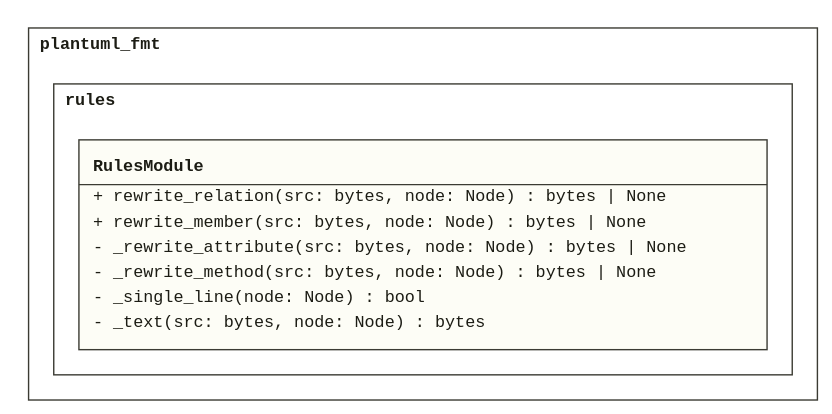
derivasoftware/plantuml-fmt keeps this PlantUML diagram as doc/assets/CL_Rules.svg. Above is the earlier version. Its source is kept beside it as design/lld/plantuml_fmt/CL_Rules.puml. Its diagram source:
```plantuml
@startuml CL_Rules

!startsub RulesModule

namespace plantuml_fmt.rules {
  class "<<module>>" as RulesModule {
    + rewrite_relation(src: bytes, node: Node) : bytes | None
    + rewrite_member(src: bytes, node: Node) : bytes | None
    - _rewrite_attribute(src: bytes, node: Node) : bytes | None
    - _rewrite_method(src: bytes, node: Node) : bytes | None
    - _single_line(node: Node) : bool
    - _text(src: bytes, node: Node) : bytes
  }
}

!endsub

@enduml
```
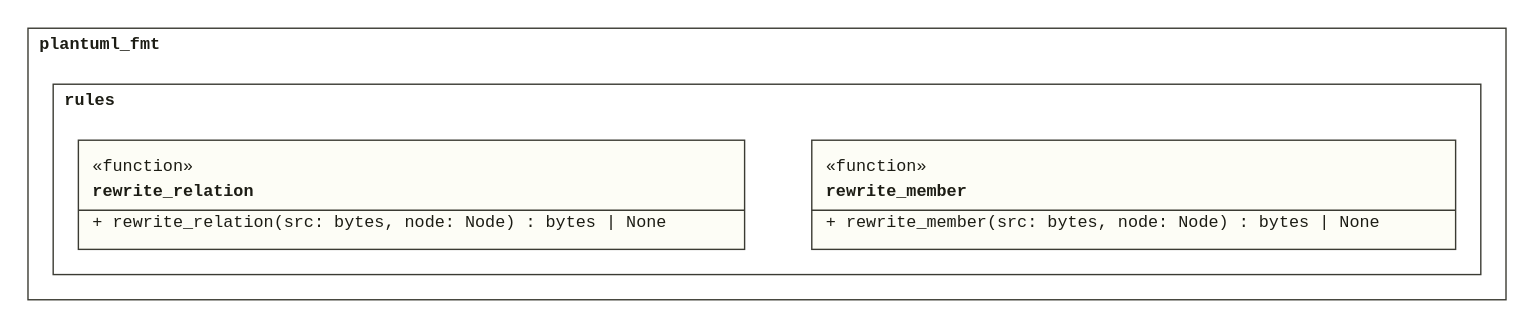
Later version of the same file.

Commit message:
Model the module functions on the function axis (BOK-00139-1)

The edit, as a diff of the source:
```diff
@@ -3,13 +3,11 @@
 !startsub RulesModule
 
 namespace plantuml_fmt.rules {
-  class "<<module>>" as RulesModule {
+  class rewrite_relation <<function>> {
     + rewrite_relation(src: bytes, node: Node) : bytes | None
+  }
+  class rewrite_member <<function>> {
     + rewrite_member(src: bytes, node: Node) : bytes | None
-    - _rewrite_attribute(src: bytes, node: Node) : bytes | None
-    - _rewrite_method(src: bytes, node: Node) : bytes | None
-    - _single_line(node: Node) : bool
-    - _text(src: bytes, node: Node) : bytes
   }
 }
 
```
